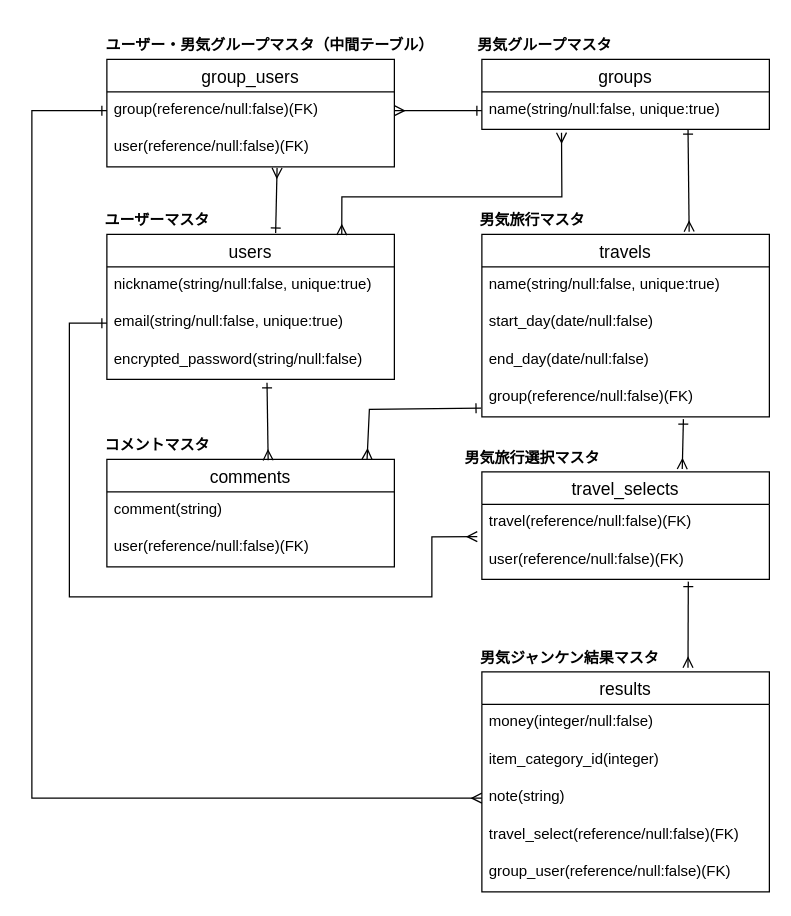
Shira3yuriharu/otokogi-janken-app keeps this draw.io diagram as ER.dio. Above is the earlier version. Source tidied: cells renumbered, new cells numbered last; positions are measured from the earlier drawing's top-left corner, leaving out a move shared by most shapes. Both pictures are drawn from the tidied source at 125%, with x=0, y=0 at pixel (31, 21).
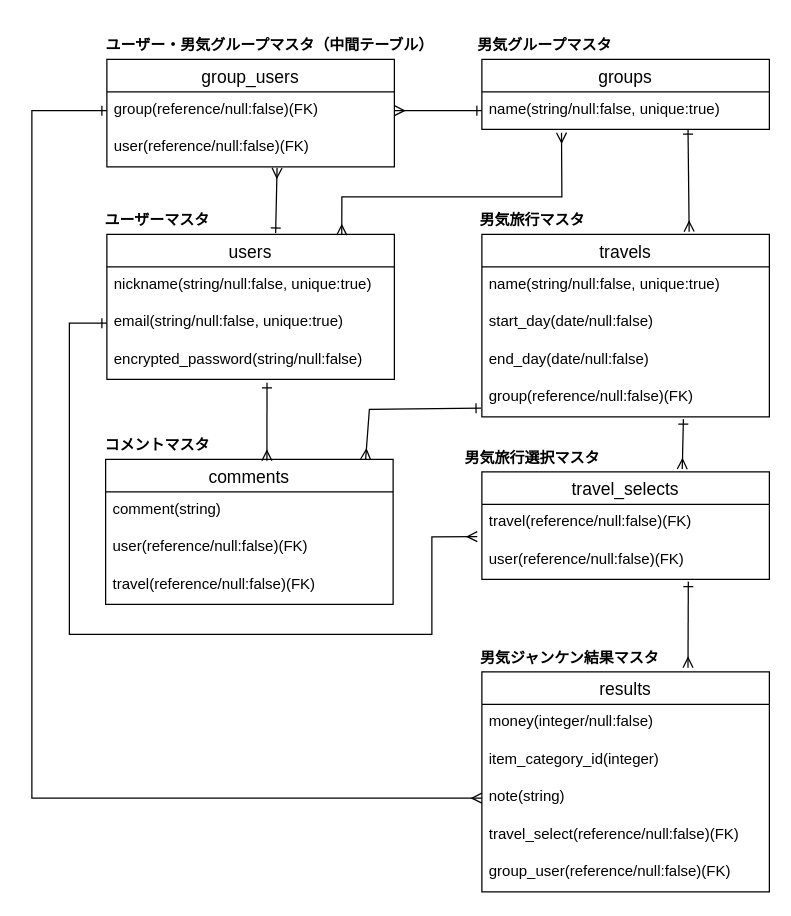
The same diagram, later.

Commit message (it also covers changes not shown here):
ER図、ReadMe修正

Unchanged cells that the change refers to:
```xml
<mxCell id="4" value="email(string/null:false, unique:true)" style="text;strokeColor=none;fillColor=none;spacingLeft=4;spacingRight=4;overflow=hidden;points=[[0,0.5],[1,0.5]];portConstraint=eastwest;fontSize=12;" parent="2" vertex="1">
  <mxGeometry y="56" width="230" height="30" as="geometry" />
</mxCell>
<mxCell id="20" value="group(reference/null:false)(FK)" style="text;strokeColor=none;fillColor=none;spacingLeft=4;spacingRight=4;overflow=hidden;points=[[0,0.5],[1,0.5]];portConstraint=eastwest;fontSize=12;" parent="16" vertex="1">
  <mxGeometry y="116" width="230" height="30" as="geometry" />
</mxCell>
<mxCell id="39" value="travel(reference/null:false)(FK)" style="text;strokeColor=none;fillColor=none;spacingLeft=4;spacingRight=4;overflow=hidden;points=[[0,0.5],[1,0.5]];portConstraint=eastwest;fontSize=12;" parent="38" vertex="1">
  <mxGeometry y="26" width="230" height="30" as="geometry" />
</mxCell>
```

Diff of the diagram source:
```diff
@@
     <mxCell id="32" value="comments" style="swimlane;fontStyle=0;horizontal=1;startSize=26;align=center;fontSize=14;" parent="1" vertex="1">
-      <mxGeometry x="60" y="350" width="230" height="86" as="geometry" />
+      <mxGeometry x="59" y="350" width="230" height="116" as="geometry" />
     </mxCell>
@@
+    <mxCell id="45" value="user(reference/null:false)(FK)" style="text;strokeColor=none;fillColor=none;spacingLeft=4;spacingRight=4;overflow=hidden;fontSize=12;" parent="32" vertex="1">
+      <mxGeometry y="56" width="230" height="30" as="geometry" />
+    </mxCell>
-    <mxCell id="34" value="user(reference/null:false)(FK)" style="text;strokeColor=none;fillColor=none;spacingLeft=4;spacingRight=4;overflow=hidden;fontSize=12;" parent="32" vertex="1">
-      <mxGeometry y="56" width="230" height="30" as="geometry" />
+    <mxCell id="34" value="travel(reference/null:false)(FK)" style="text;strokeColor=none;fillColor=none;spacingLeft=4;spacingRight=4;overflow=hidden;fontSize=12;" parent="32" vertex="1">
+      <mxGeometry y="86" width="230" height="30" as="geometry" />
     </mxCell>
@@
-    <mxCell id="36" style="endArrow=ERmany;html=1;rounded=0;endFill=0;startArrow=ERone;startFill=0;exitX=-0.003;exitY=0.767;exitDx=0;exitDy=0;entryX=0.905;entryY=0;entryDx=0;entryDy=0;entryPerimeter=0;exitPerimeter=0;" parent="1" edge="1" source="20" target="32">
+    <mxCell id="36" style="endArrow=ERmany;html=1;rounded=0;endFill=0;startArrow=ERone;startFill=0;exitX=-0.003;exitY=0.767;exitDx=0;exitDy=0;exitPerimeter=0;" parent="1" edge="1" source="20">
       <mxGeometry relative="1" as="geometry">
+        <mxPoint x="267" y="350" as="targetPoint" />
         <Array as="points">
           <mxPoint x="270" y="310" />
         </Array>
       </mxGeometry>
     </mxCell>
@@
     <mxCell id="43" style="endArrow=ERmany;html=1;rounded=0;endFill=0;startArrow=ERone;startFill=0;exitX=0;exitY=0.5;exitDx=0;exitDy=0;entryX=-0.016;entryY=0.86;entryDx=0;entryDy=0;entryPerimeter=0;" parent="1" edge="1" source="4" target="39">
       <mxGeometry relative="1" as="geometry">
         <Array as="points">
           <mxPoint x="30" y="241" />
-          <mxPoint x="30" y="460" />
-          <mxPoint x="200" y="460" />
-          <mxPoint x="320" y="460" />
+          <mxPoint x="30" y="490" />
+          <mxPoint x="200" y="490" />
+          <mxPoint x="320" y="490" />
           <mxPoint x="320" y="412" />
         </Array>
       </mxGeometry>
     </mxCell>
```
